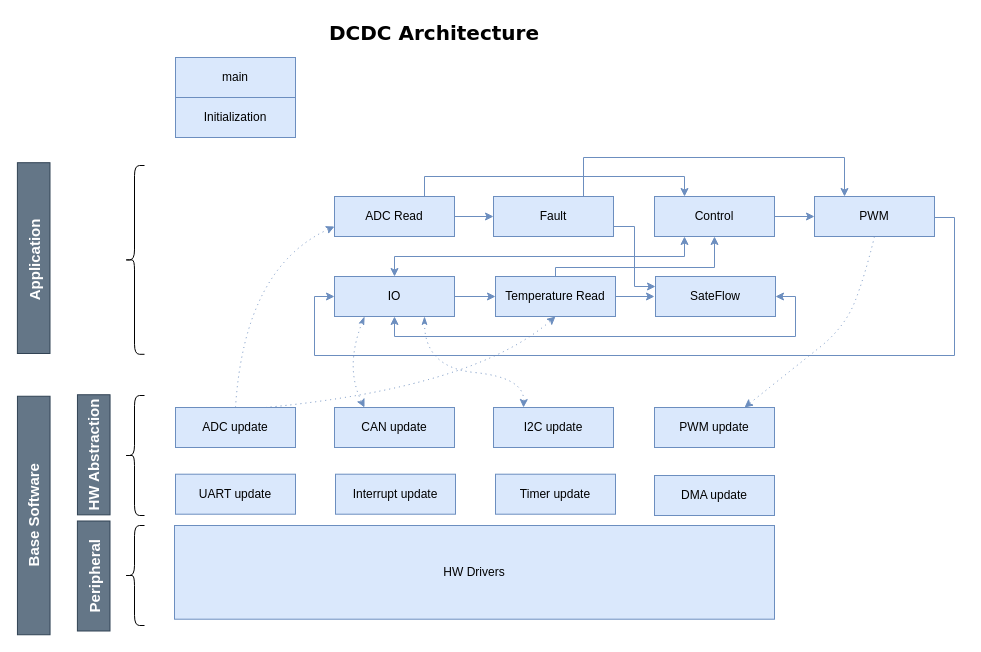
Earlier version of the draw.io diagram page "SystemArchitecture" (1 of 4) of DCDCArchitectureSF.drawio (chdev2011/temp). Source tidied: cells renumbered, new cells numbered last; positions are measured from the earlier drawing's top-left corner, leaving out a move shared by most shapes. Both pictures are drawn from the tidied source at 100%, with x=0, y=0 at pixel (-86, 17).
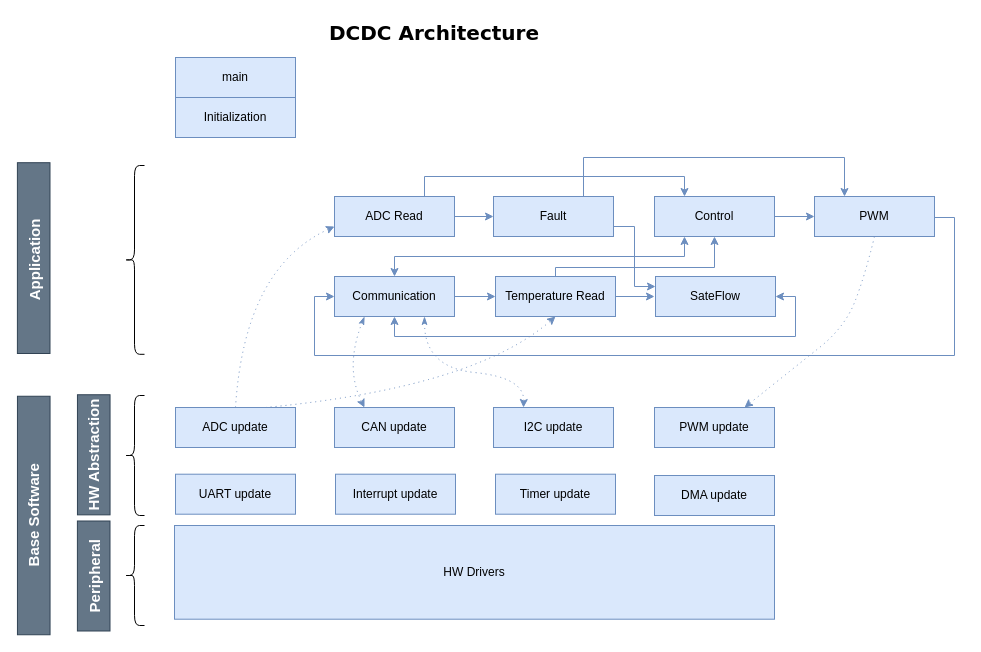
The same page after the edit.

The change refers to these unchanged cells:
```xml
<mxCell id="26" style="group;" parent="2" vertex="1">
  <mxGeometry x="157.1" y="140" width="780" height="198" as="geometry" />
</mxCell>
```

Diff of the diagram source:
```diff
@@
-    <mxCell id="42" value="IO" style="whiteSpace=wrap;html=1;fillColor=#dae8fc;strokeColor=#6c8ebf;" parent="26" vertex="1">
+    <mxCell id="42" value="Communication" style="whiteSpace=wrap;html=1;fillColor=#dae8fc;strokeColor=#6c8ebf;" parent="26" vertex="1">
       <mxGeometry x="160" y="119" width="120" height="40" as="geometry" />
     </mxCell>
```
